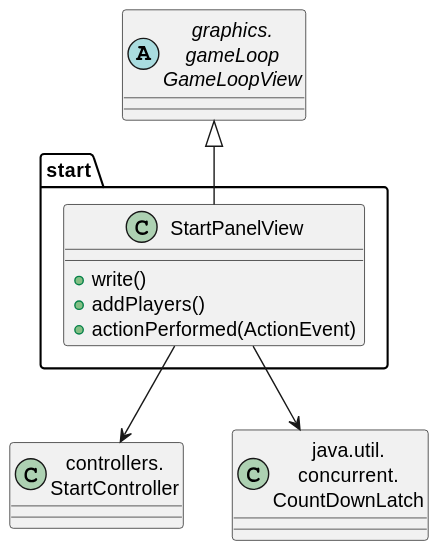
Above: out/connect4/Docs/diagrams/src/packages/connect4.connect4.views.graphics.gameLoop.start/connect4.connect4.views.graphics.start.svg in js-rom/connect4 (PlantUML), before the change. Source of this version:
```plantuml
@startuml
class StartController as "controllers.\nStartController"
class CountDownLatch as "java.util.\nconcurrent.\nCountDownLatch"
abstract class GameLoopView as "graphics.\ngameLoop\nGameLoopView"

class start.StartPanelView {
    +write()
    +addPlayers()
    +actionPerformed(ActionEvent)
}

StartPanelView --> StartController
StartPanelView --> CountDownLatch
GameLoopView <|-- StartPanelView
@enduml
```
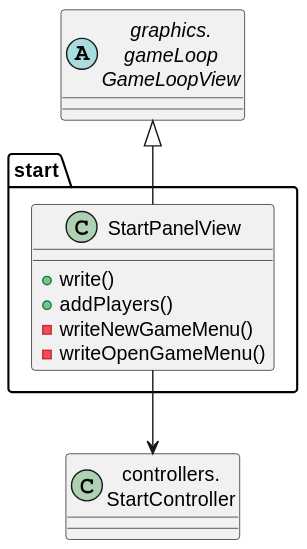
The same diagram one commit later.

Change to the diagram source:
```diff
@@ -1,15 +1,14 @@
 @startuml
 class StartController as "controllers.\nStartController"
-class CountDownLatch as "java.util.\nconcurrent.\nCountDownLatch"
 abstract class GameLoopView as "graphics.\ngameLoop\nGameLoopView"
 
 class start.StartPanelView {
     +write()
     +addPlayers()
-    +actionPerformed(ActionEvent)
+    -writeNewGameMenu()
+    -writeOpenGameMenu()
 }
 
 StartPanelView --> StartController
-StartPanelView --> CountDownLatch
 GameLoopView <|-- StartPanelView
 @enduml
```
